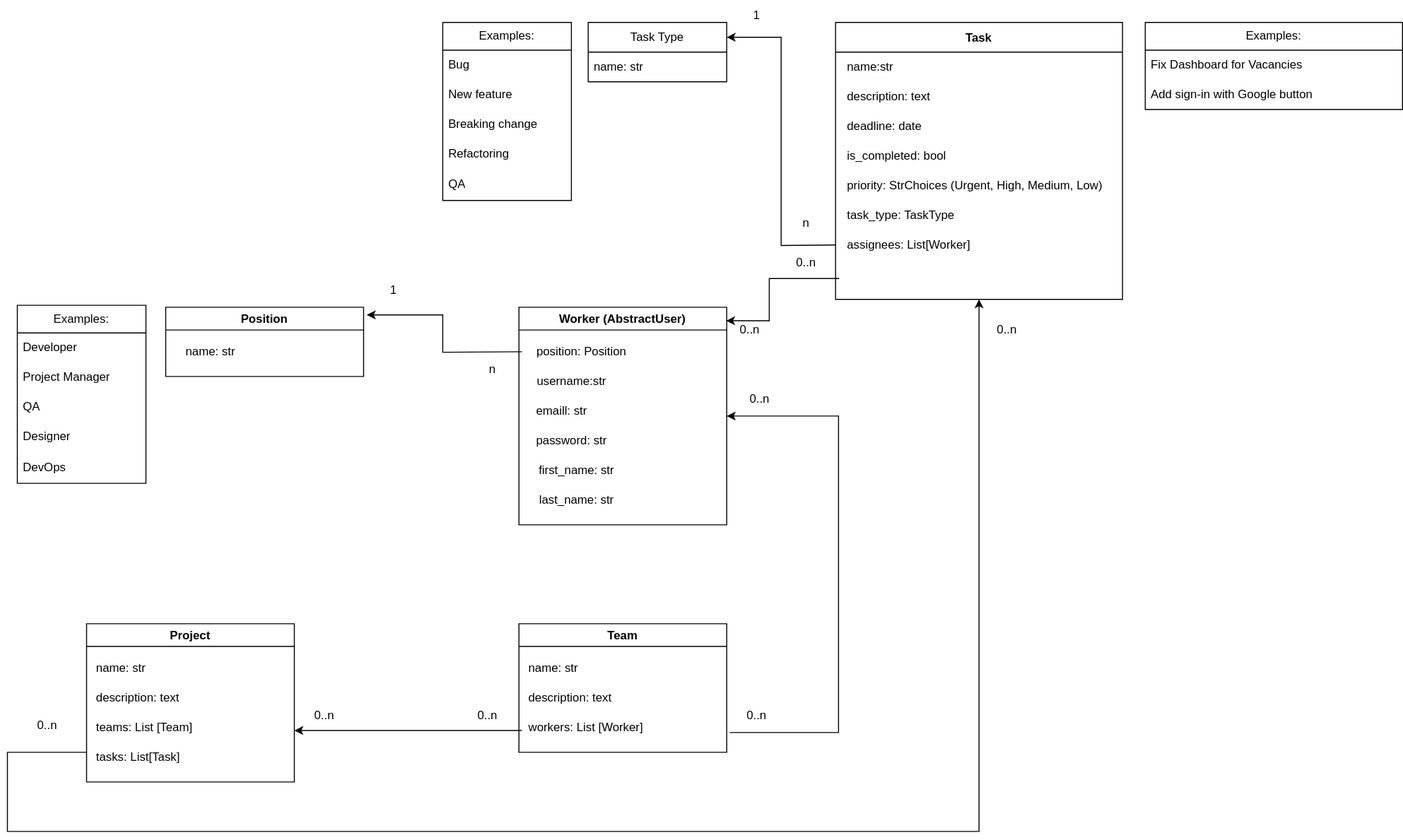
This is task_manager_schema.svg from serg121192/task-manager, a draw.io export, as it was before one commit. Source tidied: cells renumbered, new cells last; positions are measured from the earlier drawing's top-left corner, leaving out a move shared by most shapes.
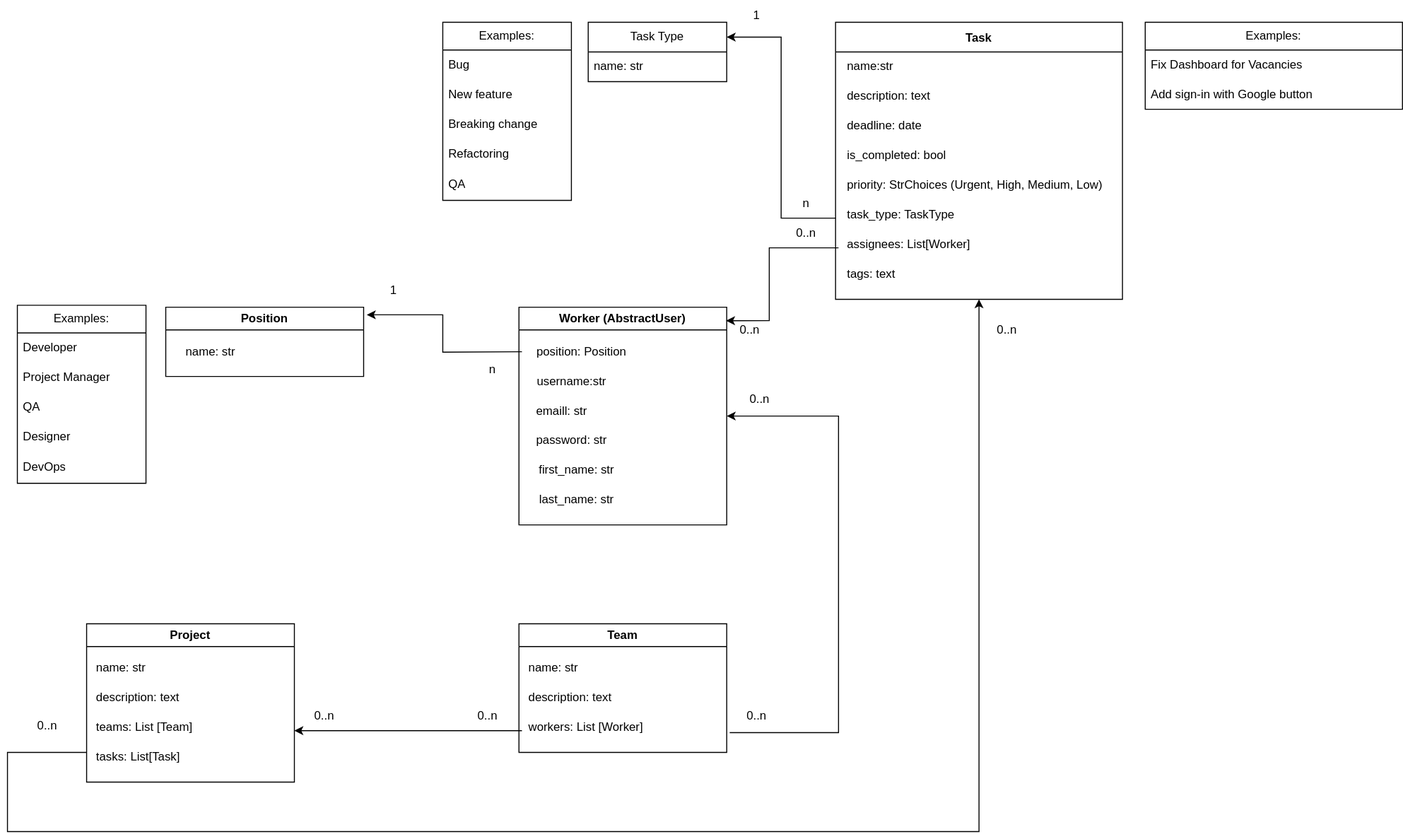
The same file after the commit.

Diff of the diagram source:
```diff
@@ -32,16 +32,24 @@
     <mxCell id="11" value="assignees: List[Worker]" style="text;html=1;align=left;verticalAlign=middle;strokeColor=none;fillColor=none;" parent="4" vertex="1">
       <mxGeometry x="10" y="210" width="150" height="30" as="geometry" />
     </mxCell>
+    <mxCell id="63" value="tags: text" style="text;html=1;align=left;verticalAlign=middle;strokeColor=none;fillColor=none;" parent="4" vertex="1">
+      <mxGeometry x="10" y="240" width="70" height="30" as="geometry" />
+    </mxCell>
     <mxCell id="12" style="edgeStyle=orthogonalEdgeStyle;rounded=0;jettySize=auto;html=1;entryX=1;entryY=0.25;entryDx=0;entryDy=0;" parent="1" edge="1" target="2">
       <mxGeometry relative="1" as="geometry">
-        <mxPoint x="837" y="247" as="sourcePoint" />
+        <mxPoint x="830" y="220" as="sourcePoint" />
+        <Array as="points">
+          <mxPoint x="837" y="220" />
+          <mxPoint x="782" y="220" />
+          <mxPoint x="782" y="37" />
+        </Array>
       </mxGeometry>
     </mxCell>
     <mxCell id="13" value="1" style="text;html=1;align=center;verticalAlign=middle;strokeColor=none;fillColor=none;" parent="1" vertex="1">
       <mxGeometry x="742" width="30" height="30" as="geometry" />
     </mxCell>
     <mxCell id="14" value="n" style="text;html=1;align=center;verticalAlign=middle;strokeColor=none;fillColor=none;" parent="1" vertex="1">
-      <mxGeometry x="792" y="210" width="30" height="30" as="geometry" />
+      <mxGeometry x="792" y="190" width="30" height="30" as="geometry" />
     </mxCell>
     <mxCell id="15" value="Worker (AbstractUser)" style="swimlane;whiteSpace=wrap;html=1;" parent="1" vertex="1">
       <mxGeometry x="517" y="310" width="210" height="220" as="geometry" />
@@ -66,9 +74,10 @@
     </mxCell>
     <mxCell id="22" style="edgeStyle=orthogonalEdgeStyle;rounded=0;jettySize=auto;html=1;entryX=0.997;entryY=0.062;entryDx=0;entryDy=0;entryPerimeter=0;" parent="1" edge="1" target="15">
       <mxGeometry relative="1" as="geometry">
-        <mxPoint x="840" y="280" as="sourcePoint" />
+        <mxPoint x="840" y="250" as="sourcePoint" />
         <Array as="points">
-          <mxPoint x="770" y="281" />
+          <mxPoint x="840" y="250" />
+          <mxPoint x="770" y="250" />
           <mxPoint x="770" y="324" />
         </Array>
       </mxGeometry>
@@ -77,7 +86,7 @@
       <mxGeometry x="730" y="318" width="40" height="30" as="geometry" />
     </mxCell>
     <mxCell id="24" value="0..n" style="text;html=1;align=center;verticalAlign=middle;strokeColor=none;fillColor=none;" parent="1" vertex="1">
-      <mxGeometry x="787" y="250" width="40" height="30" as="geometry" />
+      <mxGeometry x="787" y="220" width="40" height="30" as="geometry" />
     </mxCell>
     <mxCell id="25" value="Position" style="swimlane;whiteSpace=wrap;html=1;" parent="1" vertex="1">
       <mxGeometry x="160" y="310" width="200" height="70" as="geometry" />
```
